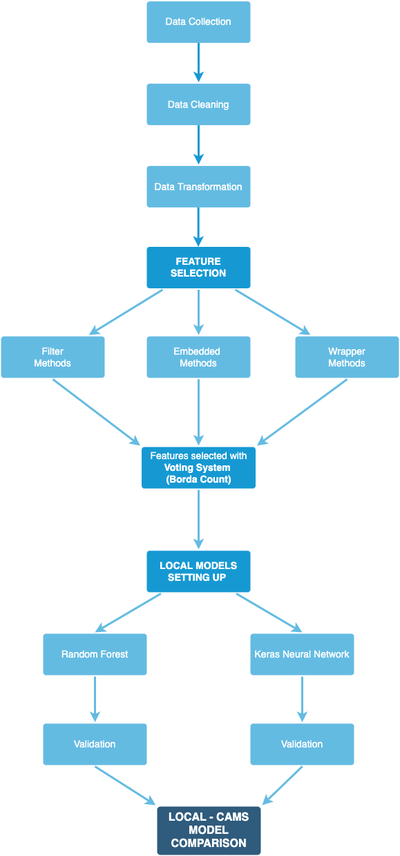
Before: src/images/overview.png, a diagram exported from draw.io (bresc19/My_thesis). Source tidied: cells renumbered, new cells last; positions are measured from the earlier drawing's top-left corner, leaving out a move shared by most shapes.
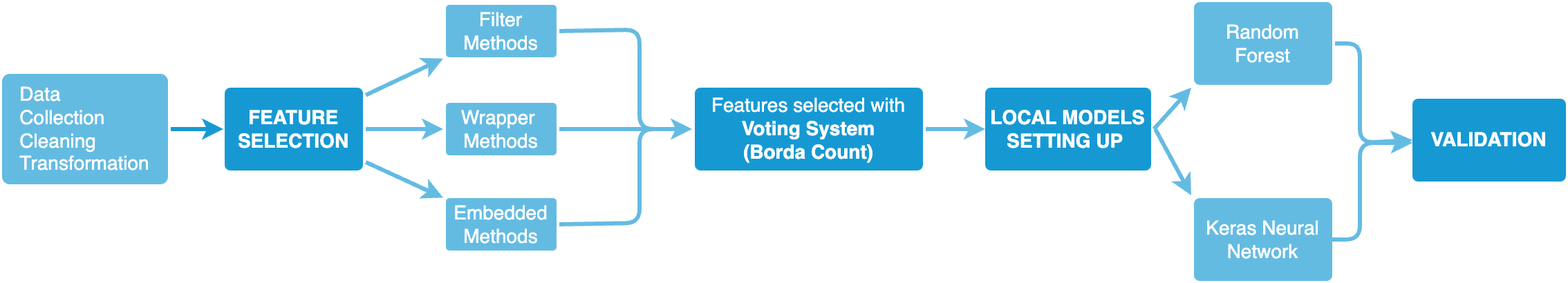
After the change.

The edit, as a diff of the source:
```diff
@@ -2,104 +2,99 @@
   <root>
     <mxCell id="0" />
     <mxCell id="1" parent="0" />
-    <mxCell id="2" value="LOCAL - CAMS MODEL COMPARISON" style="rounded=1;whiteSpace=wrap;html=1;shadow=0;labelBackgroundColor=none;strokeColor=none;strokeWidth=3;fillColor=#2F5B7C;fontFamily=Helvetica;fontSize=16;fontColor=#FFFFFF;align=center;fontStyle=1;spacing=5;arcSize=7;perimeterSpacing=2;" parent="1" vertex="1">
-      <mxGeometry x="226" y="1164" width="150" height="70" as="geometry" />
-    </mxCell>
     <mxCell id="3" value="FEATURE SELECTION" style="rounded=1;whiteSpace=wrap;html=1;shadow=0;labelBackgroundColor=none;strokeColor=none;strokeWidth=3;fillColor=#1699D3;fontFamily=Helvetica;fontSize=14;fontColor=#FFFFFF;align=center;spacing=5;fontStyle=1;arcSize=7;perimeterSpacing=2;" parent="1" vertex="1">
-      <mxGeometry x="211" y="354.5" width="150" height="60" as="geometry" />
+      <mxGeometry x="216" y="34" width="100" height="60" as="geometry" />
     </mxCell>
-    <mxCell id="4" value="Embedded&amp;nbsp;&lt;br&gt;Methods" style="rounded=1;whiteSpace=wrap;html=1;shadow=0;labelBackgroundColor=none;strokeColor=none;strokeWidth=3;fillColor=#64BBE2;fontFamily=Helvetica;fontSize=14;fontColor=#FFFFFF;align=center;spacing=5;arcSize=7;perimeterSpacing=2;" parent="1" vertex="1">
-      <mxGeometry x="211" y="484" width="150" height="60" as="geometry" />
+    <mxCell id="4" value="Wrapper&amp;nbsp;&lt;br&gt;Methods" style="rounded=1;whiteSpace=wrap;html=1;shadow=0;labelBackgroundColor=none;strokeColor=none;strokeWidth=3;fillColor=#64BBE2;fontFamily=Helvetica;fontSize=14;fontColor=#FFFFFF;align=center;spacing=5;arcSize=7;perimeterSpacing=2;" parent="1" vertex="1">
+      <mxGeometry x="376" y="45" width="80" height="38" as="geometry" />
     </mxCell>
     <mxCell id="5" style="edgeStyle=none;rounded=0;jumpStyle=none;html=1;shadow=0;labelBackgroundColor=none;startArrow=none;startFill=0;endArrow=classic;endFill=1;jettySize=auto;strokeColor=#64BBE2;strokeWidth=3;fontFamily=Helvetica;fontSize=14;fontColor=#FFFFFF;spacing=5;" parent="1" edge="1" source="3" target="4">
       <mxGeometry relative="1" as="geometry" />
     </mxCell>
-    <mxCell id="6" value="Wrapper&lt;br&gt;Methods" style="rounded=1;whiteSpace=wrap;html=1;shadow=0;labelBackgroundColor=none;strokeColor=none;strokeWidth=3;fillColor=#64BBE2;fontFamily=Helvetica;fontSize=14;fontColor=#FFFFFF;align=center;spacing=5;arcSize=7;perimeterSpacing=2;" parent="1" vertex="1">
-      <mxGeometry x="426" y="484" width="150" height="60" as="geometry" />
+    <mxCell id="6" value="Filter&lt;br&gt;Methods" style="rounded=1;whiteSpace=wrap;html=1;shadow=0;labelBackgroundColor=none;strokeColor=none;strokeWidth=3;fillColor=#64BBE2;fontFamily=Helvetica;fontSize=14;fontColor=#FFFFFF;align=center;spacing=5;arcSize=7;perimeterSpacing=2;" parent="1" vertex="1">
+      <mxGeometry x="376" y="-26" width="80" height="38" as="geometry" />
     </mxCell>
     <mxCell id="7" style="edgeStyle=none;rounded=0;jumpStyle=none;html=1;shadow=0;labelBackgroundColor=none;startArrow=none;startFill=0;endArrow=classic;endFill=1;jettySize=auto;strokeColor=#64BBE2;strokeWidth=3;fontFamily=Helvetica;fontSize=14;fontColor=#FFFFFF;spacing=5;" parent="1" edge="1" source="3" target="6">
       <mxGeometry relative="1" as="geometry" />
     </mxCell>
-    <mxCell id="8" value="Filter&lt;br&gt;Methods" style="rounded=1;whiteSpace=wrap;html=1;shadow=0;labelBackgroundColor=none;strokeColor=none;strokeWidth=3;fillColor=#64BBE2;fontFamily=Helvetica;fontSize=14;fontColor=#FFFFFF;align=center;spacing=5;arcSize=7;perimeterSpacing=2;" parent="1" vertex="1">
-      <mxGeometry y="484" width="150" height="60" as="geometry" />
+    <mxCell id="8" value="Embedded&lt;br&gt;Methods" style="rounded=1;whiteSpace=wrap;html=1;shadow=0;labelBackgroundColor=none;strokeColor=none;strokeWidth=3;fillColor=#64BBE2;fontFamily=Helvetica;fontSize=14;fontColor=#FFFFFF;align=center;spacing=5;arcSize=7;perimeterSpacing=2;" parent="1" vertex="1">
+      <mxGeometry x="376" y="114" width="80" height="38" as="geometry" />
     </mxCell>
     <mxCell id="9" style="edgeStyle=none;rounded=0;jumpStyle=none;html=1;shadow=0;labelBackgroundColor=none;startArrow=none;startFill=0;endArrow=classic;endFill=1;jettySize=auto;strokeColor=#64BBE2;strokeWidth=3;fontFamily=Helvetica;fontSize=14;fontColor=#FFFFFF;spacing=5;" parent="1" edge="1" source="3" target="8">
       <mxGeometry relative="1" as="geometry" />
     </mxCell>
     <mxCell id="10" value="LOCAL MODELS&lt;br&gt;SETTING UP&amp;nbsp;" style="rounded=1;whiteSpace=wrap;html=1;shadow=0;labelBackgroundColor=none;strokeColor=none;strokeWidth=3;fillColor=#1699D3;fontFamily=Helvetica;fontSize=14;fontColor=#FFFFFF;align=center;spacing=5;fontStyle=1;arcSize=7;perimeterSpacing=2;" parent="1" vertex="1">
-      <mxGeometry x="211" y="794" width="150" height="60" as="geometry" />
+      <mxGeometry x="766" y="34" width="120" height="60" as="geometry" />
     </mxCell>
     <mxCell id="11" value="Random Forest" style="rounded=1;whiteSpace=wrap;html=1;shadow=0;labelBackgroundColor=none;strokeColor=none;strokeWidth=3;fillColor=#64BBE2;fontFamily=Helvetica;fontSize=14;fontColor=#FFFFFF;align=center;spacing=5;fontStyle=0;arcSize=7;perimeterSpacing=2;" parent="1" vertex="1">
-      <mxGeometry x="61" y="914" width="150" height="60" as="geometry" />
+      <mxGeometry x="917" y="-28" width="100" height="60" as="geometry" />
     </mxCell>
-    <mxCell id="12" style="edgeStyle=none;rounded=1;jumpStyle=none;html=1;shadow=0;labelBackgroundColor=none;startArrow=none;startFill=0;jettySize=auto;strokeColor=#64BBE2;strokeWidth=3;fontFamily=Helvetica;fontSize=14;fontColor=#FFFFFF;spacing=5;fontStyle=1;fillColor=#b0e3e6;entryX=0.5;entryY=0;entryDx=0;entryDy=0;" parent="1" edge="1" source="10" target="11">
+    <mxCell id="12" style="edgeStyle=none;rounded=1;jumpStyle=none;html=1;shadow=0;labelBackgroundColor=none;startArrow=none;startFill=0;jettySize=auto;strokeColor=#64BBE2;strokeWidth=3;fontFamily=Helvetica;fontSize=14;fontColor=#FFFFFF;spacing=5;fontStyle=1;fillColor=#b0e3e6;exitX=1;exitY=0.5;exitDx=0;exitDy=0;entryX=0;entryY=1;entryDx=0;entryDy=0;" parent="1" edge="1" source="10" target="11">
       <mxGeometry relative="1" as="geometry" />
     </mxCell>
-    <mxCell id="13" style="edgeStyle=none;rounded=1;jumpStyle=none;html=1;shadow=0;labelBackgroundColor=none;startArrow=none;startFill=0;jettySize=auto;strokeColor=#64BBE2;strokeWidth=3;fontFamily=Helvetica;fontSize=14;fontColor=#FFFFFF;spacing=5;fontStyle=1;fillColor=#b0e3e6;entryX=0.5;entryY=0;entryDx=0;entryDy=0;" parent="1" edge="1" source="10" target="14">
-      <mxGeometry relative="1" as="geometry" />
+    <mxCell id="13" style="edgeStyle=none;rounded=1;jumpStyle=none;html=1;shadow=0;labelBackgroundColor=none;startArrow=none;startFill=0;jettySize=auto;strokeColor=#64BBE2;strokeWidth=3;fontFamily=Helvetica;fontSize=14;fontColor=#FFFFFF;spacing=5;fontStyle=1;fillColor=#b0e3e6;entryX=0;entryY=0;entryDx=0;entryDy=0;" parent="1" edge="1" target="14">
+      <mxGeometry relative="1" as="geometry">
+        <mxPoint x="889" y="64" as="sourcePoint" />
+      </mxGeometry>
     </mxCell>
     <mxCell id="14" value="Keras Neural Network" style="rounded=1;whiteSpace=wrap;html=1;shadow=0;labelBackgroundColor=none;strokeColor=none;strokeWidth=3;fillColor=#64BBE2;fontFamily=Helvetica;fontSize=14;fontColor=#FFFFFF;align=center;spacing=5;fontStyle=0;arcSize=7;perimeterSpacing=2;" parent="1" vertex="1">
-      <mxGeometry x="361" y="914" width="150" height="60" as="geometry" />
+      <mxGeometry x="917" y="114" width="100" height="60" as="geometry" />
     </mxCell>
-    <mxCell id="15" style="edgeStyle=none;rounded=0;jumpStyle=none;html=1;shadow=0;labelBackgroundColor=none;startArrow=none;startFill=0;endArrow=classic;endFill=1;jettySize=auto;strokeColor=#64BBE2;strokeWidth=3;fontFamily=Helvetica;fontSize=14;fontColor=#FFFFFF;spacing=5;exitX=0.5;exitY=1;exitDx=0;exitDy=0;entryX=0.5;entryY=0;entryDx=0;entryDy=0;" parent="1" edge="1" source="4" target="17">
+    <mxCell id="15" style="edgeStyle=none;rounded=0;jumpStyle=none;html=1;shadow=0;labelBackgroundColor=none;startArrow=none;startFill=0;endArrow=classic;endFill=1;jettySize=auto;strokeColor=#64BBE2;strokeWidth=3;fontFamily=Helvetica;fontSize=14;fontColor=#FFFFFF;spacing=5;entryX=0;entryY=0.5;entryDx=0;entryDy=0;exitX=1;exitY=0.5;exitDx=0;exitDy=0;" parent="1" edge="1" source="4" target="17">
       <mxGeometry relative="1" as="geometry" />
     </mxCell>
-    <mxCell id="16" style="edgeStyle=none;rounded=0;jumpStyle=none;html=1;shadow=0;labelBackgroundColor=none;startArrow=none;startFill=0;endArrow=classic;endFill=1;jettySize=auto;strokeColor=#64BBE2;strokeWidth=3;fontFamily=Helvetica;fontSize=14;fontColor=#FFFFFF;spacing=5;exitX=0.5;exitY=1;exitDx=0;exitDy=0;entryX=0;entryY=0;entryDx=0;entryDy=0;" parent="1" edge="1" source="8" target="17">
-      <mxGeometry relative="1" as="geometry" />
+    <mxCell id="16" style="edgeStyle=none;rounded=1;jumpStyle=none;html=1;shadow=0;labelBackgroundColor=none;startArrow=none;startFill=0;endArrow=classic;endFill=1;jettySize=auto;strokeColor=#64BBE2;strokeWidth=3;fontFamily=Helvetica;fontSize=14;fontColor=#FFFFFF;spacing=5;exitX=1;exitY=0.5;exitDx=0;exitDy=0;entryX=0;entryY=0.5;entryDx=0;entryDy=0;" parent="1" edge="1" source="8" target="17">
+      <mxGeometry relative="1" as="geometry">
+        <Array as="points">
+          <mxPoint x="516" y="132" />
+          <mxPoint x="516" y="64" />
+        </Array>
+      </mxGeometry>
     </mxCell>
     <mxCell id="17" value="Features selected with&lt;br&gt;&lt;b&gt;Voting System &lt;br&gt;(Borda Count)&lt;/b&gt;" style="rounded=1;whiteSpace=wrap;html=1;shadow=0;labelBackgroundColor=none;strokeColor=none;strokeWidth=3;fillColor=#1699D3;fontFamily=Helvetica;fontSize=14;fontColor=#FFFFFF;align=center;spacing=5;arcSize=7;perimeterSpacing=2;" parent="1" vertex="1">
-      <mxGeometry x="203.5" y="644" width="165" height="60" as="geometry" />
+      <mxGeometry x="556" y="34" width="165" height="60" as="geometry" />
     </mxCell>
-    <mxCell id="18" style="edgeStyle=none;rounded=0;jumpStyle=none;html=1;shadow=0;labelBackgroundColor=none;startArrow=none;startFill=0;endArrow=classic;endFill=1;jettySize=auto;strokeColor=#64BBE2;strokeWidth=3;fontFamily=Helvetica;fontSize=14;fontColor=#FFFFFF;spacing=5;exitX=0.5;exitY=1;exitDx=0;exitDy=0;entryX=1;entryY=0;entryDx=0;entryDy=0;" parent="1" edge="1" source="6" target="17">
-      <mxGeometry relative="1" as="geometry" />
+    <mxCell id="18" style="edgeStyle=none;rounded=1;jumpStyle=none;html=1;shadow=0;labelBackgroundColor=none;startArrow=none;startFill=0;endArrow=classic;endFill=1;jettySize=auto;strokeColor=#64BBE2;strokeWidth=3;fontFamily=Helvetica;fontSize=14;fontColor=#FFFFFF;spacing=5;exitX=1;exitY=0.5;exitDx=0;exitDy=0;entryX=0;entryY=0.5;entryDx=0;entryDy=0;" parent="1" edge="1" source="6" target="17">
+      <mxGeometry relative="1" as="geometry">
+        <Array as="points">
+          <mxPoint x="516" y="-8" />
+          <mxPoint x="516" y="64" />
+        </Array>
+      </mxGeometry>
     </mxCell>
-    <mxCell id="19" style="edgeStyle=none;rounded=0;jumpStyle=none;html=1;shadow=0;labelBackgroundColor=none;startArrow=none;startFill=0;endArrow=classic;endFill=1;jettySize=auto;strokeColor=#64BBE2;strokeWidth=3;fontFamily=Helvetica;fontSize=14;fontColor=#FFFFFF;spacing=5;exitX=0.5;exitY=1;exitDx=0;exitDy=0;entryX=0.5;entryY=0;entryDx=0;entryDy=0;" parent="1" edge="1" source="17" target="10">
-      <mxGeometry relative="1" as="geometry" />
+    <mxCell id="19" style="edgeStyle=none;rounded=0;jumpStyle=none;html=1;shadow=0;labelBackgroundColor=none;startArrow=none;startFill=0;endArrow=classic;endFill=1;jettySize=auto;strokeColor=#64BBE2;strokeWidth=3;fontFamily=Helvetica;fontSize=14;fontColor=#FFFFFF;spacing=5;exitX=1;exitY=0.5;exitDx=0;exitDy=0;" parent="1" edge="1" source="17">
+      <mxGeometry relative="1" as="geometry">
+        <mxPoint x="766" y="64" as="targetPoint" />
+      </mxGeometry>
     </mxCell>
-    <mxCell id="20" style="edgeStyle=none;rounded=1;jumpStyle=none;html=1;shadow=0;labelBackgroundColor=none;startArrow=none;startFill=0;jettySize=auto;strokeColor=#64BBE2;strokeWidth=3;fontFamily=Helvetica;fontSize=14;fontColor=#FFFFFF;spacing=5;fontStyle=1;fillColor=#b0e3e6;exitX=0.5;exitY=1;exitDx=0;exitDy=0;entryX=0.5;entryY=0;entryDx=0;entryDy=0;" parent="1" edge="1" source="11" target="23">
-      <mxGeometry relative="1" as="geometry" />
+    <mxCell id="20" style="edgeStyle=none;rounded=1;jumpStyle=none;html=1;shadow=0;labelBackgroundColor=none;startArrow=none;startFill=0;jettySize=auto;strokeColor=#64BBE2;strokeWidth=3;fontFamily=Helvetica;fontSize=14;fontColor=#FFFFFF;spacing=5;fontStyle=1;fillColor=#b0e3e6;exitX=1;exitY=0.5;exitDx=0;exitDy=0;" parent="1" edge="1" source="11">
+      <mxGeometry relative="1" as="geometry">
+        <mxPoint x="1075" y="72" as="targetPoint" />
+        <Array as="points">
+          <mxPoint x="1037" y="2" />
+          <mxPoint x="1037" y="74" />
+        </Array>
+      </mxGeometry>
     </mxCell>
-    <mxCell id="21" style="edgeStyle=none;rounded=1;jumpStyle=none;html=1;shadow=0;labelBackgroundColor=none;startArrow=none;startFill=0;jettySize=auto;strokeColor=#64BBE2;strokeWidth=3;fontFamily=Helvetica;fontSize=14;fontColor=#FFFFFF;spacing=5;fontStyle=1;fillColor=#b0e3e6;exitX=0.5;exitY=1;exitDx=0;exitDy=0;entryX=0.5;entryY=0;entryDx=0;entryDy=0;" parent="1" edge="1" source="14" target="22">
-      <mxGeometry relative="1" as="geometry" />
+    <mxCell id="21" style="edgeStyle=none;rounded=1;jumpStyle=none;html=1;shadow=0;labelBackgroundColor=none;startArrow=none;startFill=0;jettySize=auto;orthogonalLoop=1;strokeColor=#64BBE2;strokeWidth=3;fontFamily=Helvetica;fontSize=14;fontColor=#FFFFFF;spacing=5;fontStyle=1;fillColor=#b0e3e6;" parent="1" edge="1">
+      <mxGeometry relative="1" as="geometry">
+        <mxPoint x="1017" y="144" as="sourcePoint" />
+        <mxPoint x="1075" y="74" as="targetPoint" />
+        <Array as="points">
+          <mxPoint x="1037" y="144" />
+          <mxPoint x="1037" y="74" />
+        </Array>
+      </mxGeometry>
     </mxCell>
-    <mxCell id="22" value="Validation" style="rounded=1;whiteSpace=wrap;html=1;shadow=0;labelBackgroundColor=none;strokeColor=none;strokeWidth=3;fillColor=#64BBE2;fontFamily=Helvetica;fontSize=14;fontColor=#FFFFFF;align=center;spacing=5;fontStyle=0;arcSize=7;perimeterSpacing=2;" parent="1" vertex="1">
-      <mxGeometry x="361" y="1044" width="150" height="60" as="geometry" />
-    </mxCell>
-    <mxCell id="23" value="Validation" style="rounded=1;whiteSpace=wrap;html=1;shadow=0;labelBackgroundColor=none;strokeColor=none;strokeWidth=3;fillColor=#64BBE2;fontFamily=Helvetica;fontSize=14;fontColor=#FFFFFF;align=center;spacing=5;fontStyle=0;arcSize=7;perimeterSpacing=2;" parent="1" vertex="1">
-      <mxGeometry x="61" y="1044" width="150" height="60" as="geometry" />
+    <mxCell id="23" value="&lt;b&gt;VALIDATION&lt;/b&gt;" style="rounded=1;whiteSpace=wrap;html=1;shadow=0;labelBackgroundColor=none;strokeColor=none;strokeWidth=3;fillColor=#1699D3;fontFamily=Helvetica;fontSize=14;fontColor=#FFFFFF;align=center;spacing=5;fontStyle=0;arcSize=7;perimeterSpacing=2;" parent="1" vertex="1">
+      <mxGeometry x="1075" y="42" width="111" height="60" as="geometry" />
     </mxCell>
-    <mxCell id="24" style="edgeStyle=none;rounded=1;jumpStyle=none;html=1;shadow=0;labelBackgroundColor=none;startArrow=none;startFill=0;jettySize=auto;strokeColor=#64BBE2;strokeWidth=3;fontFamily=Helvetica;fontSize=14;fontColor=#FFFFFF;spacing=5;fontStyle=1;fillColor=#b0e3e6;exitX=0.5;exitY=1;exitDx=0;exitDy=0;entryX=0;entryY=0;entryDx=0;entryDy=0;" parent="1" edge="1" source="23" target="2">
-      <mxGeometry relative="1" as="geometry" />
-    </mxCell>
-    <mxCell id="25" style="edgeStyle=none;rounded=1;jumpStyle=none;html=1;shadow=0;labelBackgroundColor=none;startArrow=none;startFill=0;jettySize=auto;strokeColor=#64BBE2;strokeWidth=3;fontFamily=Helvetica;fontSize=14;fontColor=#FFFFFF;spacing=5;fontStyle=1;fillColor=#b0e3e6;exitX=0.5;exitY=1;exitDx=0;exitDy=0;entryX=1;entryY=0;entryDx=0;entryDy=0;" parent="1" edge="1" source="22" target="2">
-      <mxGeometry relative="1" as="geometry" />
-    </mxCell>
-    <mxCell id="26" value="Data Collection" style="rounded=1;whiteSpace=wrap;html=1;shadow=0;labelBackgroundColor=none;strokeColor=none;strokeWidth=3;fillColor=#64BBE2;fontFamily=Helvetica;fontSize=14;fontColor=#FFFFFF;align=center;spacing=5;arcSize=7;perimeterSpacing=2;" parent="1" vertex="1">
-      <mxGeometry x="211" y="-0.5" width="150" height="60" as="geometry" />
-    </mxCell>
-    <mxCell id="27" style="edgeStyle=none;rounded=0;jumpStyle=none;html=1;shadow=0;labelBackgroundColor=none;startArrow=none;startFill=0;endArrow=classic;endFill=1;jettySize=auto;strokeColor=#1699D3;strokeWidth=3;fontFamily=Helvetica;fontSize=14;fontColor=#FFFFFF;spacing=5;entryX=0.5;entryY=0;entryDx=0;entryDy=0;" parent="1" edge="1" target="28">
-      <mxGeometry relative="1" as="geometry">
-        <mxPoint x="286" y="59.5" as="sourcePoint" />
-        <Array as="points">
-          <mxPoint x="286" y="79.5" />
-        </Array>
-      </mxGeometry>
-    </mxCell>
-    <mxCell id="28" value="Data Cleaning" style="rounded=1;whiteSpace=wrap;html=1;shadow=0;labelBackgroundColor=none;strokeColor=none;strokeWidth=3;fillColor=#64bbe2;fontFamily=Helvetica;fontSize=14;fontColor=#FFFFFF;align=center;spacing=5;arcSize=7;perimeterSpacing=2;" parent="1" vertex="1">
-      <mxGeometry x="211" y="118.5" width="150" height="60" as="geometry" />
-    </mxCell>
-    <mxCell id="29" style="edgeStyle=none;rounded=0;jumpStyle=none;html=1;shadow=0;labelBackgroundColor=none;startArrow=none;startFill=0;endArrow=classic;endFill=1;jettySize=auto;strokeColor=#1699D3;strokeWidth=3;fontFamily=Helvetica;fontSize=14;fontColor=#FFFFFF;spacing=5;entryX=0.5;entryY=0;entryDx=0;entryDy=0;" parent="1" edge="1" target="30">
-      <mxGeometry relative="1" as="geometry">
-        <mxPoint x="286" y="178.5" as="sourcePoint" />
-      </mxGeometry>
-    </mxCell>
-    <mxCell id="30" value="Data Transformation" style="rounded=1;whiteSpace=wrap;html=1;shadow=0;labelBackgroundColor=none;strokeColor=none;strokeWidth=3;fillColor=#64BBE2;fontFamily=Helvetica;fontSize=14;fontColor=#FFFFFF;align=center;spacing=5;arcSize=7;perimeterSpacing=2;" parent="1" vertex="1">
-      <mxGeometry x="211" y="237.5" width="150" height="60" as="geometry" />
+    <mxCell id="30" value="&lt;div style=&quot;text-align: left;&quot;&gt;&lt;span style=&quot;background-color: initial;&quot;&gt;Data&lt;/span&gt;&lt;/div&gt;&lt;div style=&quot;text-align: left;&quot;&gt;&lt;span style=&quot;background-color: initial;&quot;&gt;Collection&lt;/span&gt;&lt;/div&gt;&lt;div style=&quot;text-align: left;&quot;&gt;&lt;span style=&quot;background-color: initial;&quot;&gt;Cleaning&amp;nbsp;&lt;/span&gt;&lt;/div&gt;&lt;div style=&quot;text-align: left;&quot;&gt;&lt;span style=&quot;background-color: initial;&quot;&gt;Transformation&lt;/span&gt;&lt;/div&gt;" style="rounded=1;whiteSpace=wrap;html=1;shadow=0;labelBackgroundColor=none;strokeColor=none;strokeWidth=3;fillColor=#64BBE2;fontFamily=Helvetica;fontSize=14;fontColor=#FFFFFF;align=center;spacing=5;arcSize=7;perimeterSpacing=2;" parent="1" vertex="1">
+      <mxGeometry x="55" y="24" width="120" height="80" as="geometry" />
     </mxCell>
-    <mxCell id="31" style="edgeStyle=none;rounded=0;jumpStyle=none;html=1;shadow=0;labelBackgroundColor=none;startArrow=none;startFill=0;endArrow=classic;endFill=1;jettySize=auto;orthogonalLoop=1;strokeColor=#1699D3;strokeWidth=3;fontFamily=Helvetica;fontSize=14;fontColor=#FFFFFF;spacing=5;entryX=0.5;entryY=0;entryDx=0;entryDy=0;" parent="1" edge="1">
+    <mxCell id="31" style="edgeStyle=none;rounded=0;jumpStyle=none;html=1;shadow=0;labelBackgroundColor=none;startArrow=none;startFill=0;endArrow=classic;endFill=1;jettySize=auto;strokeColor=#1699D3;strokeWidth=3;fontFamily=Helvetica;fontSize=14;fontColor=#FFFFFF;spacing=5;exitX=1;exitY=0.5;exitDx=0;exitDy=0;" parent="1" edge="1" source="30">
       <mxGeometry relative="1" as="geometry">
-        <mxPoint x="285.7" y="297.5" as="sourcePoint" />
-        <mxPoint x="285.7" y="354.5" as="targetPoint" />
+        <mxPoint x="215" y="64" as="targetPoint" />
       </mxGeometry>
     </mxCell>
   </root>
```
